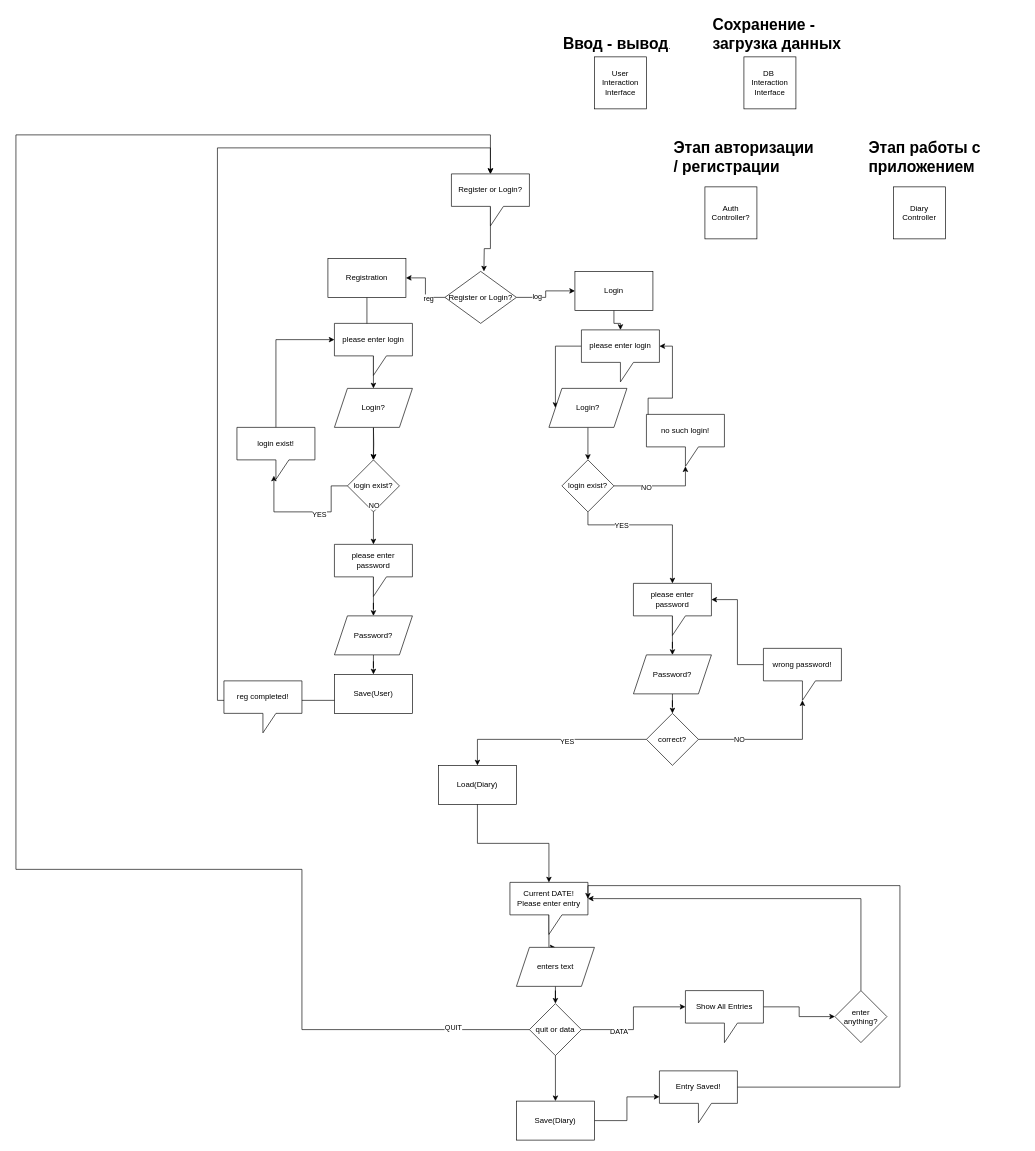
The draw.io diagram page "Страница — 3" (3 of 5) of Diagrams/DiaryApp.drawio in SPYASHII/DiaryApp, before the edit. Source tidied: cells renumbered, new cells numbered last; positions are measured from the earlier drawing's top-left corner, leaving out a move shared by most shapes. Both pictures are drawn from the tidied source at 65%, with x=0, y=0 at pixel (16, 11).
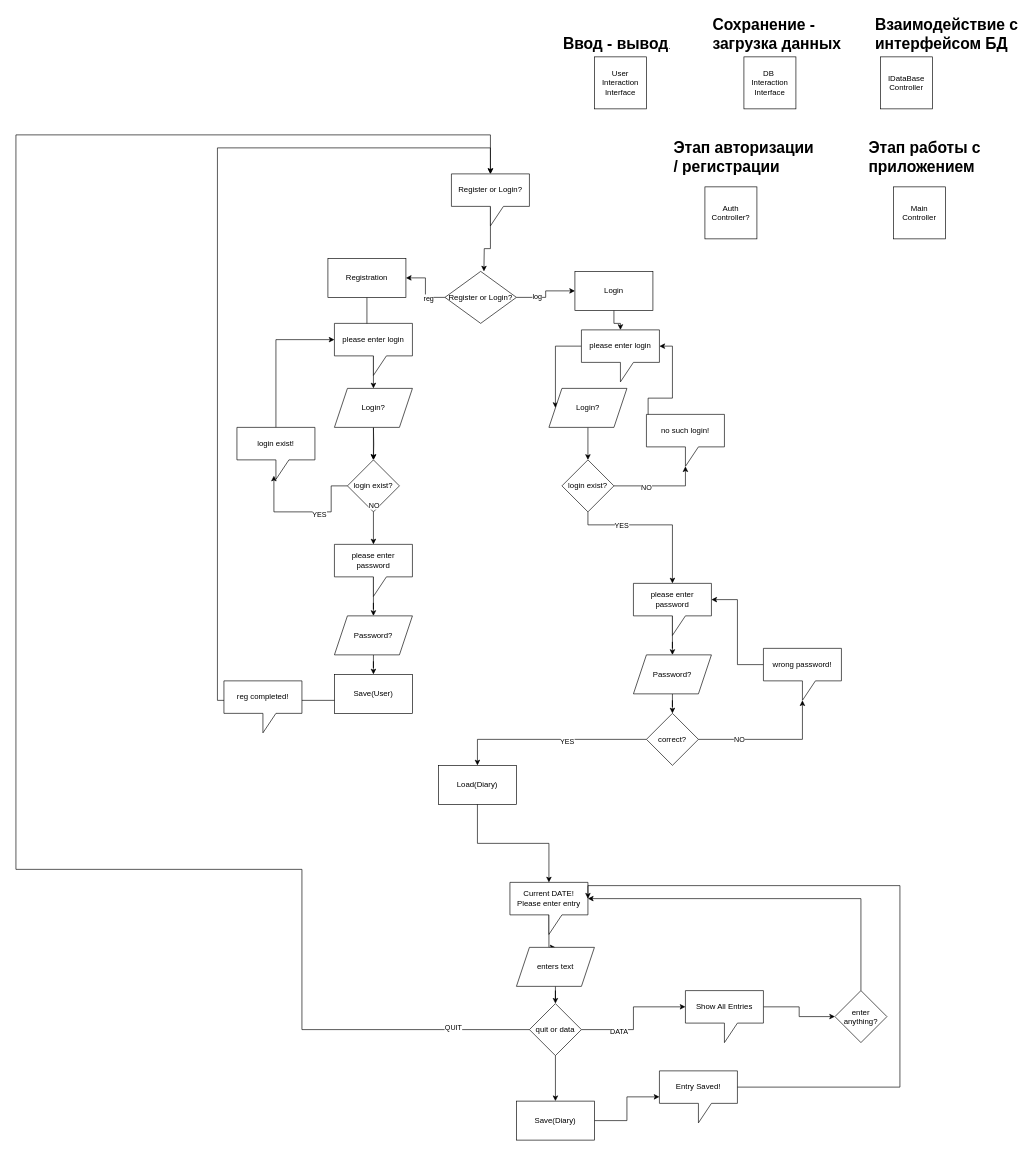
After the change.

Change to the diagram source:
```diff
@@
-    <mxCell id="79" value="Diary Controller" style="whiteSpace=wrap;html=1;" parent="1" vertex="1">
+    <mxCell id="79" value="Main Controller" style="whiteSpace=wrap;html=1;" parent="1" vertex="1">
       <mxGeometry x="1350" y="270" width="80" height="80" as="geometry" />
     </mxCell>
@@
+    <mxCell id="81" value="IDataBase&lt;br&gt;Controller" style="whiteSpace=wrap;html=1;" parent="1" vertex="1">
+      <mxGeometry x="1330" y="70" width="80" height="80" as="geometry" />
+    </mxCell>
+    <mxCell id="82" value="&lt;h1 style=&quot;margin-top: 0px;&quot;&gt;Взаимодействие с интерфейсом БД&lt;/h1&gt;" style="text;html=1;whiteSpace=wrap;overflow=hidden;rounded=0;" parent="1" vertex="1">
+      <mxGeometry x="1320" width="230" height="120" as="geometry" />
+    </mxCell>
```
